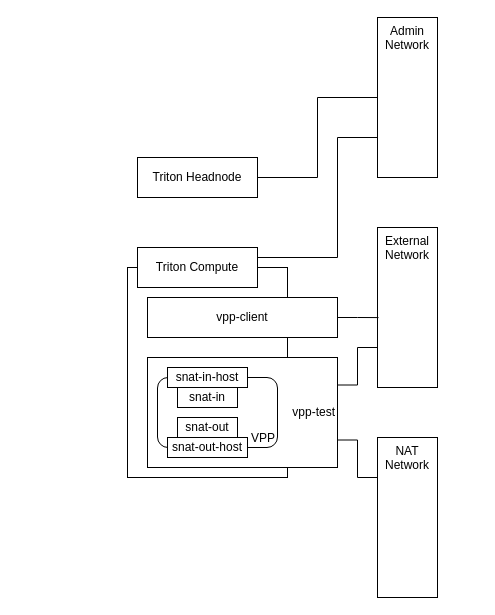
justindthomas/diagrams keeps this draw.io diagram as vpp-pilot.drawio. Above is the earlier version. Source tidied: cells renumbered, new cells numbered last; positions are measured from the earlier drawing's top-left corner, leaving out a move shared by most shapes. Both pictures are drawn from the tidied source at 100%, with x=0, y=0 at pixel (127, 17).
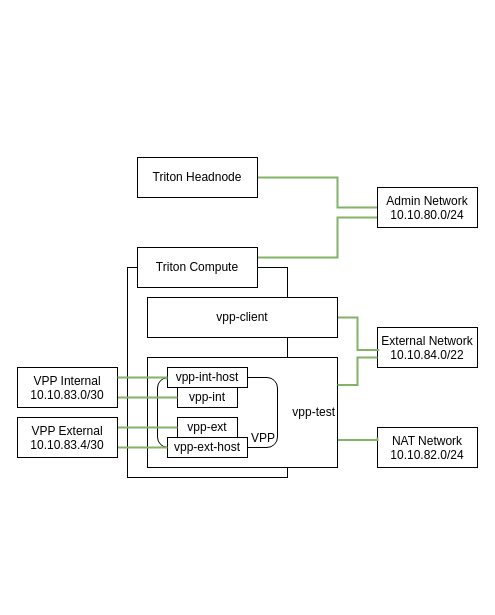
The same page after the edit.

Unchanged cells that the change refers to:
```xml
<mxCell id="4" value="Triton Headnode" style="rounded=0;whiteSpace=wrap;html=1;" parent="1" vertex="1">
  <mxGeometry x="10" y="140" width="120" height="40" as="geometry" />
</mxCell>
<mxCell id="6" value="Triton Compute" style="rounded=0;whiteSpace=wrap;html=1;" parent="1" vertex="1">
  <mxGeometry x="10" y="230" width="120" height="40" as="geometry" />
</mxCell>
<mxCell id="11" value="vpp-client" style="rounded=0;whiteSpace=wrap;html=1;" parent="1" vertex="1">
  <mxGeometry x="20" y="280" width="190" height="40" as="geometry" />
</mxCell>
<mxCell id="13" value="vpp-test" style="rounded=0;whiteSpace=wrap;html=1;align=right;" parent="1" vertex="1">
  <mxGeometry x="20" y="340" width="190" height="110" as="geometry" />
</mxCell>
<mxCell id="14" value="VPP" style="rounded=1;whiteSpace=wrap;html=1;verticalAlign=bottom;align=right;" parent="1" vertex="1">
  <mxGeometry x="30" y="360" width="120" height="70" as="geometry" />
</mxCell>
```

Change to the diagram source:
```diff
@@
-    <mxCell id="3" style="edgeStyle=orthogonalEdgeStyle;rounded=0;jettySize=auto;html=1;exitX=1;exitY=0.5;exitDx=0;exitDy=0;entryX=0;entryY=0.5;entryDx=0;entryDy=0;endArrow=none;endFill=0;" parent="1" edge="1" source="4" target="7">
-      <mxGeometry relative="1" as="geometry" />
+    <mxCell id="3" style="edgeStyle=orthogonalEdgeStyle;rounded=0;jettySize=auto;html=1;exitX=1;exitY=0.5;exitDx=0;exitDy=0;entryX=0;entryY=0.5;entryDx=0;entryDy=0;endArrow=none;endFill=0;strokeWidth=2;fillColor=#d5e8d4;strokeColor=#82b366;" parent="1" edge="1" source="4" target="7">
+      <mxGeometry relative="1" as="geometry">
+        <Array as="points">
+          <mxPoint x="210" y="160" />
+          <mxPoint x="210" y="190" />
+        </Array>
+      </mxGeometry>
     </mxCell>
@@
-    <mxCell id="5" style="edgeStyle=orthogonalEdgeStyle;rounded=0;jettySize=auto;html=1;exitX=1;exitY=0.25;exitDx=0;exitDy=0;entryX=0;entryY=0.75;entryDx=0;entryDy=0;endArrow=none;endFill=0;" parent="1" edge="1" source="6" target="7">
+    <mxCell id="5" style="edgeStyle=orthogonalEdgeStyle;rounded=0;jettySize=auto;html=1;exitX=1;exitY=0.25;exitDx=0;exitDy=0;entryX=0;entryY=0.75;entryDx=0;entryDy=0;endArrow=none;endFill=0;strokeWidth=2;fillColor=#d5e8d4;strokeColor=#82b366;" parent="1" edge="1" source="6" target="7">
       <mxGeometry relative="1" as="geometry">
         <Array as="points">
           <mxPoint x="210" y="240" />
-          <mxPoint x="210" y="120" />
+          <mxPoint x="210" y="200" />
         </Array>
       </mxGeometry>
     </mxCell>
@@
-    <mxCell id="7" value="&lt;div&gt;Admin Network&lt;br&gt;&lt;/div&gt;" style="rounded=0;whiteSpace=wrap;html=1;align=center;verticalAlign=top;" parent="1" vertex="1">
-      <mxGeometry x="250" width="60" height="160" as="geometry" />
+    <mxCell id="7" value="&lt;div&gt;Admin Network&lt;br&gt;&lt;/div&gt;&lt;div&gt;10.10.80.0/24&lt;br&gt;&lt;/div&gt;" style="rounded=0;whiteSpace=wrap;html=1;align=center;verticalAlign=top;" parent="1" vertex="1">
+      <mxGeometry x="250" y="170" width="100" height="40" as="geometry" />
     </mxCell>
-    <mxCell id="8" value="&lt;div&gt;External Network&lt;br&gt;&lt;/div&gt;" style="rounded=0;whiteSpace=wrap;html=1;align=center;verticalAlign=top;" parent="1" vertex="1">
-      <mxGeometry x="250" y="210" width="60" height="160" as="geometry" />
+    <mxCell id="8" value="&lt;div&gt;External Network&lt;br&gt;&lt;/div&gt;&lt;div&gt;10.10.84.0/22&lt;br&gt;&lt;/div&gt;" style="rounded=0;whiteSpace=wrap;html=1;align=center;verticalAlign=top;" parent="1" vertex="1">
+      <mxGeometry x="250" y="310" width="100" height="40" as="geometry" />
     </mxCell>
-    <mxCell id="9" value="NAT Network" style="rounded=0;whiteSpace=wrap;html=1;align=center;verticalAlign=top;" parent="1" vertex="1">
-      <mxGeometry x="250" y="420" width="60" height="160" as="geometry" />
+    <mxCell id="9" value="&lt;div&gt;NAT Network&lt;/div&gt;&lt;div&gt;10.10.82.0/24&lt;br&gt;&lt;/div&gt;" style="rounded=0;whiteSpace=wrap;html=1;align=center;verticalAlign=top;" parent="1" vertex="1">
+      <mxGeometry x="250" y="410" width="100" height="40" as="geometry" />
     </mxCell>
-    <mxCell id="10" style="edgeStyle=orthogonalEdgeStyle;rounded=0;jettySize=auto;html=1;endArrow=none;endFill=0;entryX=0.017;entryY=0.563;entryDx=0;entryDy=0;entryPerimeter=0;" parent="1" edge="1" source="11" target="8">
+    <mxCell id="10" style="edgeStyle=orthogonalEdgeStyle;rounded=0;jettySize=auto;html=1;endArrow=none;endFill=0;entryX=0.017;entryY=0.563;entryDx=0;entryDy=0;entryPerimeter=0;strokeWidth=2;fillColor=#d5e8d4;strokeColor=#82b366;" parent="1" edge="1" source="11" target="8">
       <mxGeometry relative="1" as="geometry" />
     </mxCell>
@@
-    <mxCell id="12" style="edgeStyle=orthogonalEdgeStyle;rounded=0;jettySize=auto;html=1;exitX=1;exitY=0.75;exitDx=0;exitDy=0;entryX=0;entryY=0.25;entryDx=0;entryDy=0;endArrow=none;endFill=0;" parent="1" edge="1" source="13" target="9">
-      <mxGeometry relative="1" as="geometry" />
+    <mxCell id="12" style="edgeStyle=orthogonalEdgeStyle;rounded=0;jettySize=auto;html=1;exitX=1;exitY=0.75;exitDx=0;exitDy=0;entryX=0;entryY=0.25;entryDx=0;entryDy=0;endArrow=none;endFill=0;strokeWidth=2;fillColor=#d5e8d4;strokeColor=#82b366;" parent="1" edge="1" source="13" target="9">
+      <mxGeometry relative="1" as="geometry">
+        <Array as="points">
+          <mxPoint x="250" y="423" />
+        </Array>
+      </mxGeometry>
     </mxCell>
@@
-    <mxCell id="15" value="snat-in" style="rounded=0;whiteSpace=wrap;html=1;" parent="1" vertex="1">
+    <mxCell id="15" value="vpp-int" style="rounded=0;whiteSpace=wrap;html=1;" parent="1" vertex="1">
       <mxGeometry x="50" y="370" width="60" height="20" as="geometry" />
     </mxCell>
-    <mxCell id="16" value="snat-in-host" style="rounded=0;whiteSpace=wrap;html=1;" parent="1" vertex="1">
+    <mxCell id="16" value="vpp-int-host" style="rounded=0;whiteSpace=wrap;html=1;" parent="1" vertex="1">
       <mxGeometry x="40" y="350" width="80" height="20" as="geometry" />
     </mxCell>
-    <mxCell id="17" value="snat-out-host" style="rounded=0;whiteSpace=wrap;html=1;" parent="1" vertex="1">
+    <mxCell id="17" value="vpp-ext-host" style="rounded=0;whiteSpace=wrap;html=1;" parent="1" vertex="1">
       <mxGeometry x="40" y="420" width="80" height="20" as="geometry" />
     </mxCell>
-    <mxCell id="18" value="snat-out" style="rounded=0;whiteSpace=wrap;html=1;" parent="1" vertex="1">
+    <mxCell id="18" value="vpp-ext" style="rounded=0;whiteSpace=wrap;html=1;" parent="1" vertex="1">
       <mxGeometry x="50" y="400" width="60" height="20" as="geometry" />
     </mxCell>
-    <mxCell id="19" style="edgeStyle=orthogonalEdgeStyle;rounded=0;jettySize=auto;html=1;exitX=1;exitY=0.25;exitDx=0;exitDy=0;entryX=0;entryY=0.75;entryDx=0;entryDy=0;endArrow=none;endFill=0;" parent="1" edge="1" source="13" target="8">
+    <mxCell id="19" style="edgeStyle=orthogonalEdgeStyle;rounded=0;jettySize=auto;html=1;exitX=1;exitY=0.25;exitDx=0;exitDy=0;entryX=0;entryY=0.75;entryDx=0;entryDy=0;endArrow=none;endFill=0;strokeWidth=2;fillColor=#d5e8d4;strokeColor=#82b366;" parent="1" edge="1" source="13" target="8">
       <mxGeometry relative="1" as="geometry" />
     </mxCell>
+    <mxCell id="20" style="edgeStyle=orthogonalEdgeStyle;rounded=0;jettySize=auto;html=1;exitX=1;exitY=0.75;exitDx=0;exitDy=0;entryX=0;entryY=0.5;entryDx=0;entryDy=0;endArrow=none;endFill=0;strokeWidth=2;fillColor=#d5e8d4;strokeColor=#82b366;" parent="1" edge="1" source="21" target="15">
+      <mxGeometry relative="1" as="geometry">
+        <Array as="points">
+          <mxPoint y="380" />
+          <mxPoint y="380" />
+        </Array>
+      </mxGeometry>
+    </mxCell>
+    <mxCell id="21" value="&lt;div&gt;VPP Internal&lt;br&gt;&lt;/div&gt;&lt;div&gt;10.10.83.0/30&lt;br&gt;&lt;/div&gt;" style="rounded=0;whiteSpace=wrap;html=1;align=center;verticalAlign=top;" parent="1" vertex="1">
+      <mxGeometry x="-110" y="350" width="100" height="40" as="geometry" />
+    </mxCell>
+    <mxCell id="22" style="edgeStyle=orthogonalEdgeStyle;rounded=0;jettySize=auto;html=1;exitX=1;exitY=0.25;exitDx=0;exitDy=0;entryX=0;entryY=0.5;entryDx=0;entryDy=0;endArrow=none;endFill=0;strokeWidth=2;fillColor=#d5e8d4;strokeColor=#82b366;" parent="1" edge="1" source="24" target="18">
+      <mxGeometry relative="1" as="geometry" />
+    </mxCell>
+    <mxCell id="23" style="edgeStyle=orthogonalEdgeStyle;rounded=0;jettySize=auto;html=1;exitX=1;exitY=0.75;exitDx=0;exitDy=0;entryX=0;entryY=0.5;entryDx=0;entryDy=0;endArrow=none;endFill=0;strokeWidth=2;fillColor=#d5e8d4;strokeColor=#82b366;" parent="1" edge="1" source="24" target="17">
+      <mxGeometry relative="1" as="geometry" />
+    </mxCell>
+    <mxCell id="24" value="&lt;div&gt;VPP External&lt;br&gt;&lt;/div&gt;&lt;div&gt;10.10.83.4/30&lt;br&gt;&lt;/div&gt;" style="rounded=0;whiteSpace=wrap;html=1;align=center;verticalAlign=top;" parent="1" vertex="1">
+      <mxGeometry x="-110" y="400" width="100" height="40" as="geometry" />
+    </mxCell>
+    <mxCell id="25" style="edgeStyle=orthogonalEdgeStyle;rounded=0;jettySize=auto;html=1;exitX=1;exitY=0.25;exitDx=0;exitDy=0;entryX=0.075;entryY=0.029;entryDx=0;entryDy=0;entryPerimeter=0;endArrow=none;endFill=0;strokeWidth=2;fillColor=#d5e8d4;strokeColor=#82b366;" parent="1" edge="1" source="21" target="14">
+      <mxGeometry relative="1" as="geometry">
+        <Array as="points">
+          <mxPoint x="39" y="360" />
+        </Array>
+      </mxGeometry>
+    </mxCell>
```
